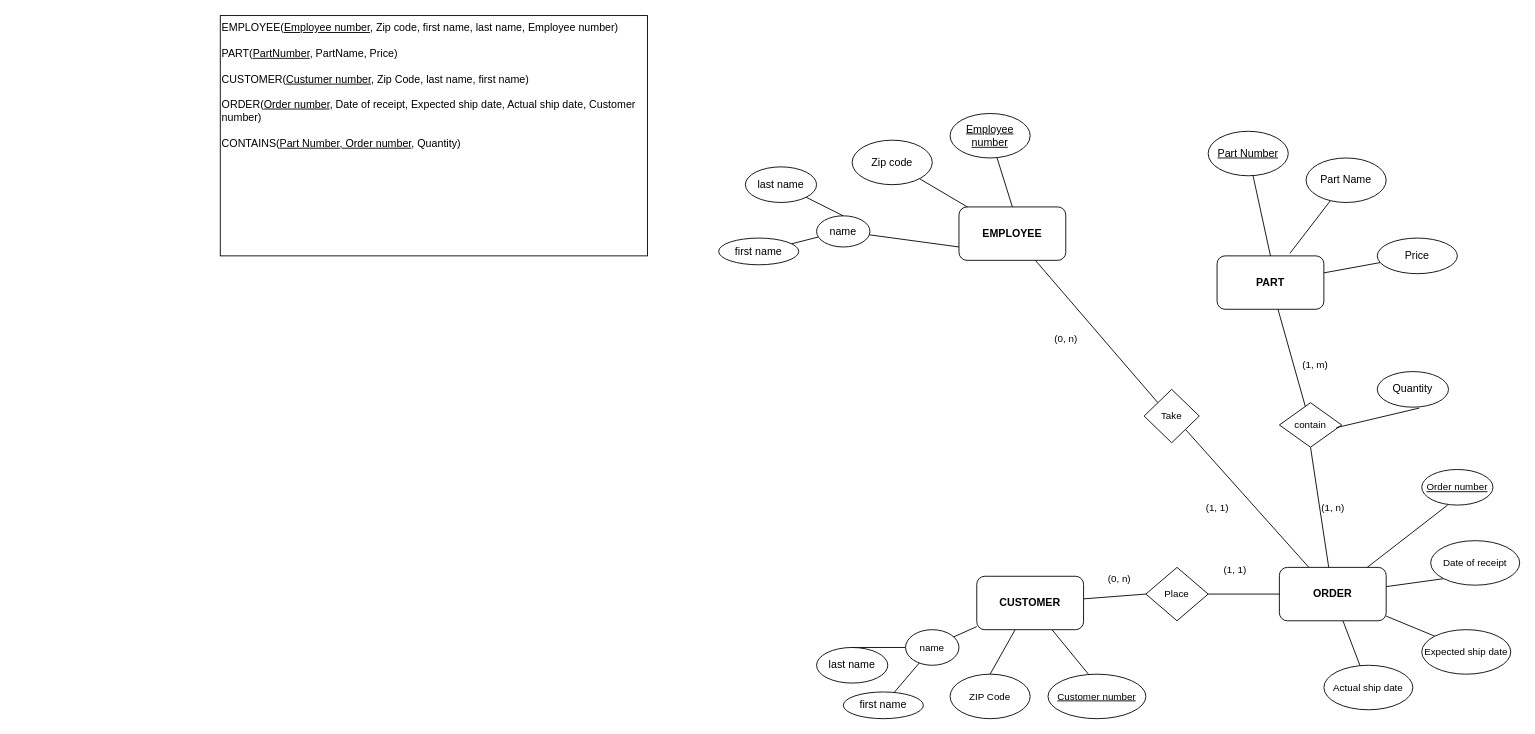
phuongman/BTVN_CSDL keeps this draw.io diagram as MAIL_ORDER.drawio. Above is the earlier version. Source tidied: cells renumbered, new cells numbered last; positions are measured from the earlier drawing's top-left corner, leaving out a move shared by most shapes. Both pictures are drawn from the tidied source at 89%, with x=0, y=0 at pixel (220, 15).
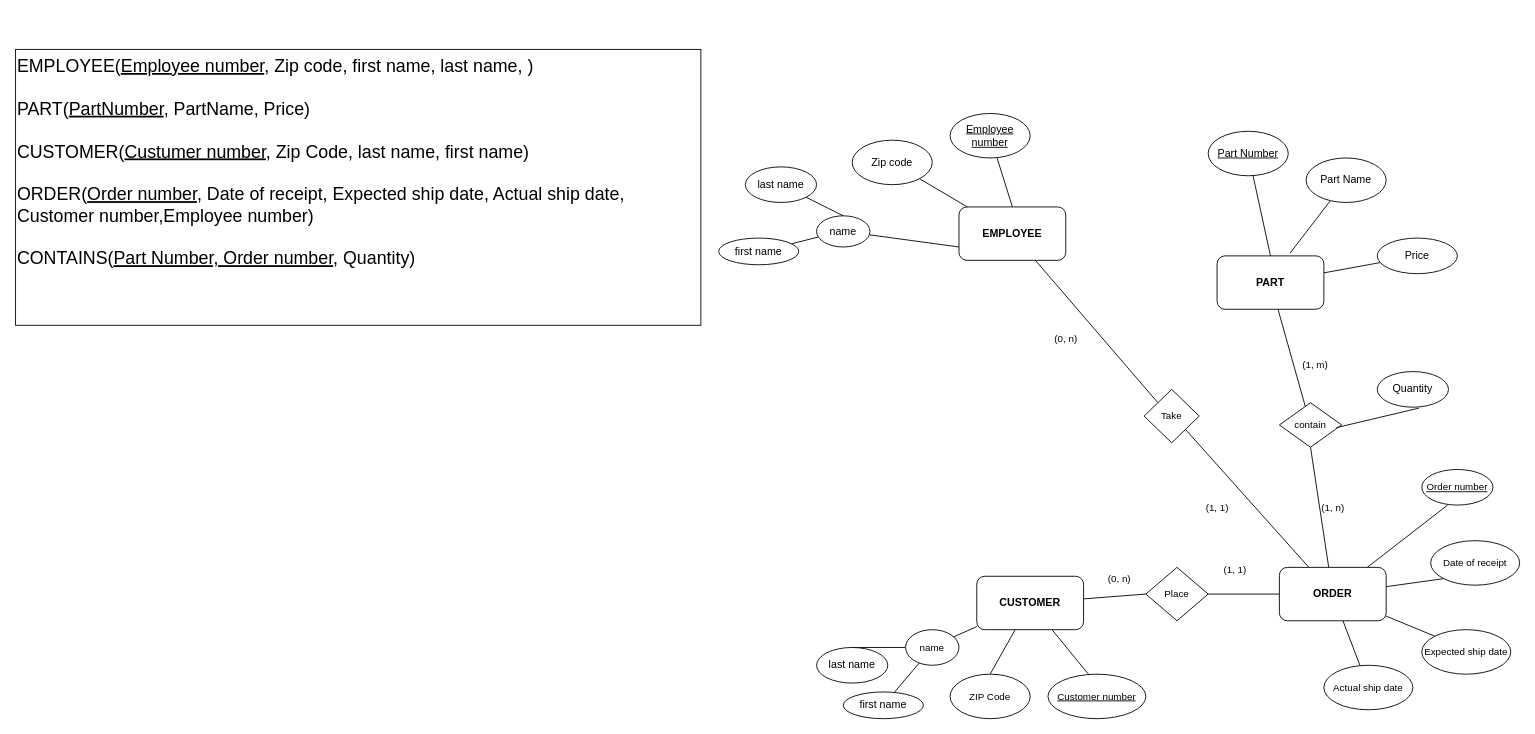
The same diagram, later.

Change to the diagram source:
```diff
@@
-    <mxCell id="55" value="EMPLOYEE(&lt;u&gt;Employee number&lt;/u&gt;, Zip code, first name, last name, Employee number)&lt;br&gt;&lt;br&gt;PART(&lt;u&gt;PartNumber&lt;/u&gt;, PartName, Price)&lt;br&gt;&lt;br&gt;CUSTOMER(&lt;u&gt;Custumer number&lt;/u&gt;, Zip Code, last name, first name)&lt;br&gt;&lt;br&gt;ORDER(&lt;u&gt;Order number&lt;/u&gt;, Date of receipt, Expected ship date, Actual ship date, Customer number)&lt;br&gt;&lt;br&gt;CONTAINS(&lt;u&gt;Part Number, Order number&lt;/u&gt;, Quantity)" style="rounded=0;whiteSpace=wrap;html=1;align=left;verticalAlign=top;" parent="1" vertex="1">
-      <mxGeometry width="480" height="270" as="geometry" />
+    <mxCell id="55" value="&lt;font style=&quot;font-size: 20px;&quot;&gt;EMPLOYEE(&lt;u&gt;Employee number&lt;/u&gt;, Zip code, first name, last name, )&lt;br&gt;&lt;br&gt;PART(&lt;u&gt;PartNumber&lt;/u&gt;, PartName, Price)&lt;br&gt;&lt;br&gt;CUSTOMER(&lt;u&gt;Custumer number&lt;/u&gt;, Zip Code, last name, first name)&lt;br&gt;&lt;br&gt;ORDER(&lt;u&gt;Order number&lt;/u&gt;, Date of receipt, Expected ship date, Actual ship date, Customer number,Employee number)&lt;br&gt;&lt;br&gt;CONTAINS(&lt;u&gt;Part Number, Order number&lt;/u&gt;, Quantity)&lt;/font&gt;" style="rounded=0;whiteSpace=wrap;html=1;align=left;verticalAlign=top;" parent="1" vertex="1">
+      <mxGeometry x="-230" y="38" width="770" height="310" as="geometry" />
     </mxCell>
```
